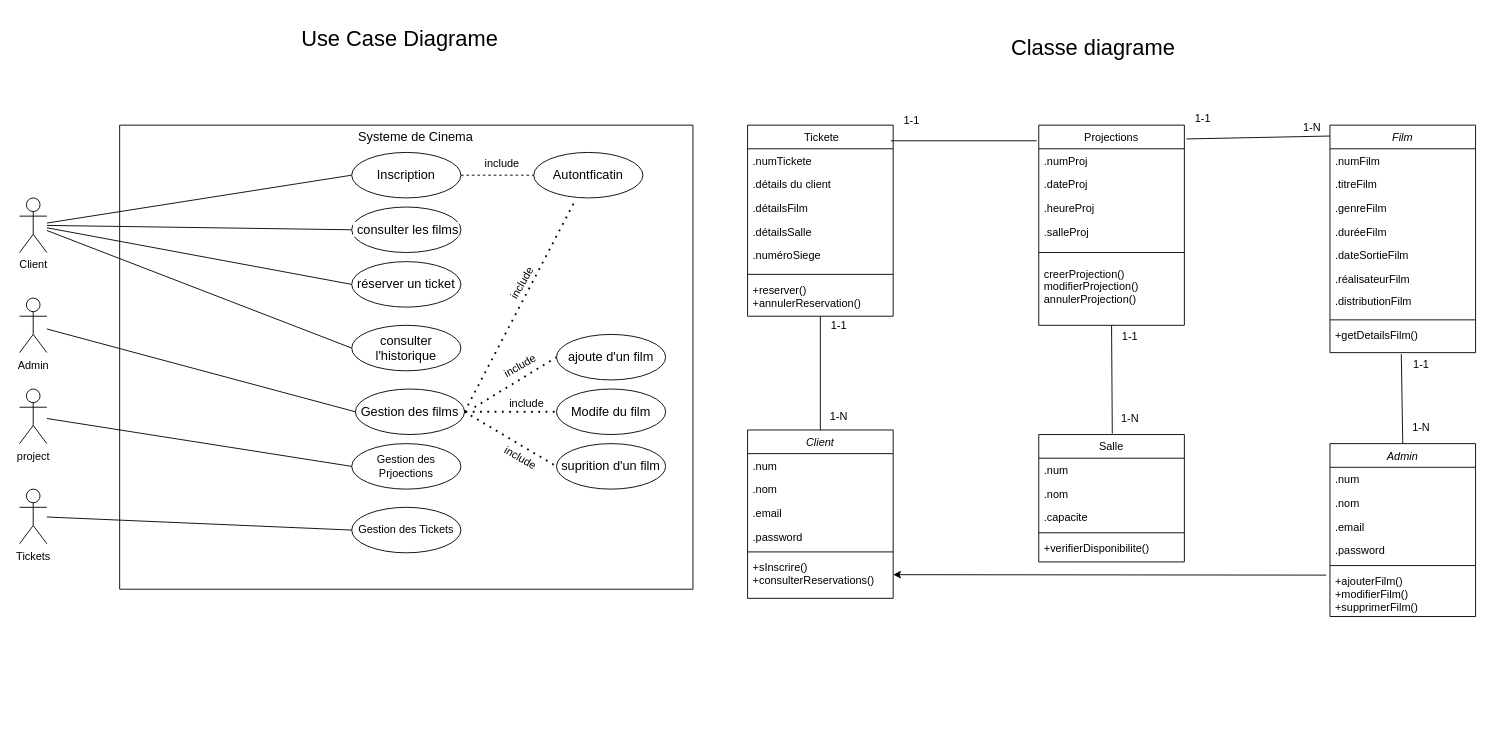
This is Untitled Diagram.drawio from hamza-saaf/Gestion_d-une_Base_de_Donn-es_de_Cin-ma_Brief_9, a draw.io file, before an edit. Source tidied: cells renumbered, new cells numbered last; positions are measured from the earlier drawing's top-left corner, leaving out a move shared by most shapes. Both pictures are drawn from the tidied source at 91%, with x=0, y=0 at pixel (19, 15).
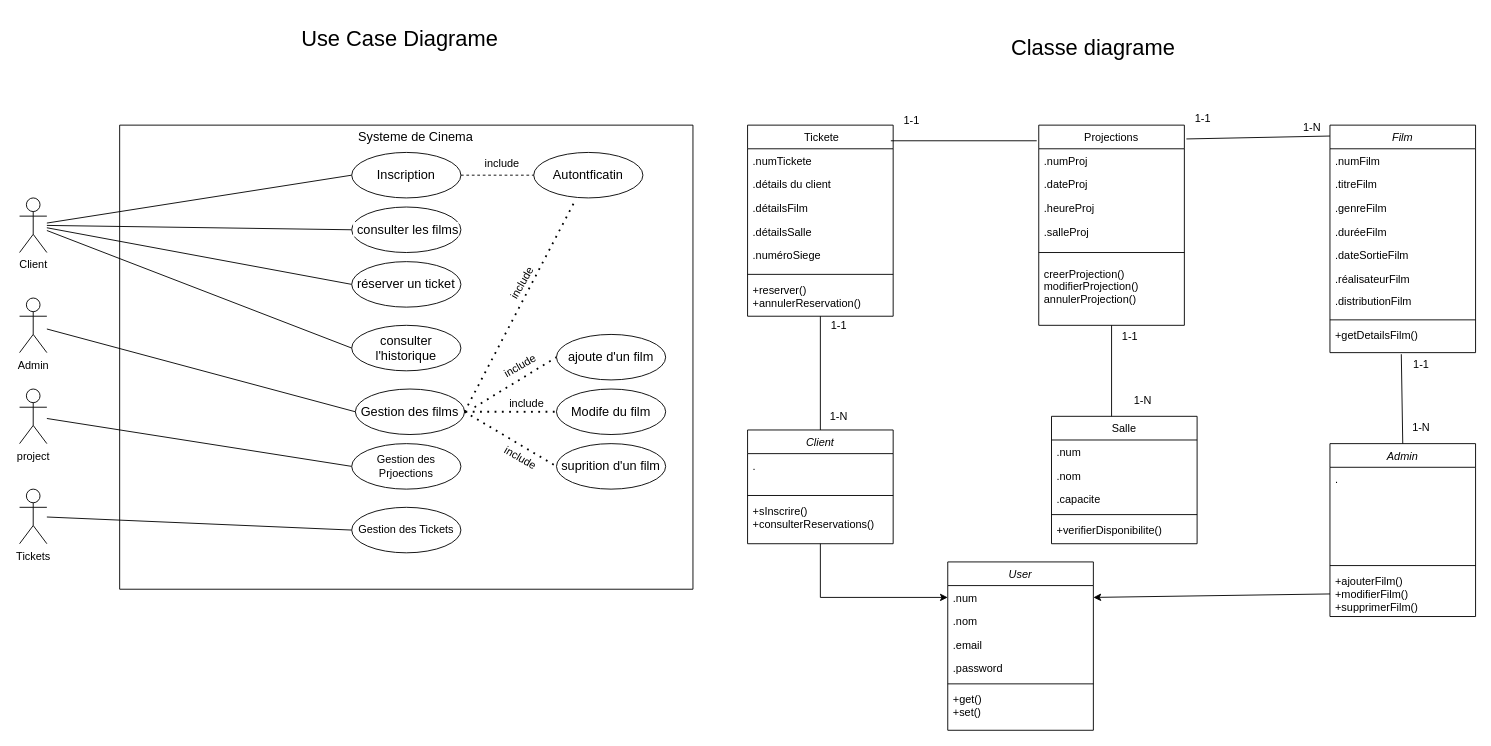
The same diagram, later.

Commit message:
La Conception UML

Unchanged cells that the change refers to:
```xml
<mxCell id="20" value="Projections" style="swimlane;fontStyle=0;align=center;verticalAlign=top;horizontal=1;startSize=26;rounded=0;shadow=0;strokeWidth=1;" parent="1" vertex="1">
  <mxGeometry x="1120" y="120" width="160" height="220" as="geometry" />
</mxCell>
<mxCell id="46" value="Admin" style="swimlane;fontStyle=2;align=center;verticalAlign=top;horizontal=1;startSize=26;rounded=0;shadow=0;strokeWidth=1;" parent="1" vertex="1">
  <mxGeometry x="1440" y="470" width="160" height="190" as="geometry" />
</mxCell>
<mxCell id="52" value="+ajouterFilm()&#10;+modifierFilm()&#10;+supprimerFilm()" style="text;align=left;verticalAlign=top;spacingLeft=4;spacingRight=4;overflow=hidden;points=[[0,0.5],[1,0.5]];portConstraint=eastwest;rounded=0;shadow=0;html=0;" parent="46" vertex="1">
  <mxGeometry y="138" width="160" height="52" as="geometry" />
</mxCell>
```

What changed in the source:
```diff
@@
     <mxCell id="27" value="Salle" style="swimlane;fontStyle=0;align=center;verticalAlign=top;horizontal=1;startSize=26;rounded=0;shadow=0;strokeWidth=1;" parent="1" vertex="1">
-      <mxGeometry x="1120" y="460" width="160" height="140" as="geometry" />
+      <mxGeometry x="1134" y="440" width="160" height="140" as="geometry" />
     </mxCell>
@@
-    <mxCell id="47" value=".num" style="text;align=left;verticalAlign=top;spacingLeft=4;spacingRight=4;overflow=hidden;" parent="46" vertex="1">
-      <mxGeometry y="26" width="160" height="26" as="geometry" />
+    <mxCell id="47" value="." style="text;align=left;verticalAlign=top;spacingLeft=4;spacingRight=4;overflow=hidden;" parent="46" vertex="1">
+      <mxGeometry y="26" width="160" height="104" as="geometry" />
     </mxCell>
-    <mxCell id="48" value=".nom" style="text;align=left;verticalAlign=top;spacingLeft=4;spacingRight=4;overflow=hidden;rounded=0;shadow=0;html=0;" parent="46" vertex="1">
-      <mxGeometry y="52" width="160" height="26" as="geometry" />
-    </mxCell>
-    <mxCell id="49" value=".email" style="text;align=left;verticalAlign=top;spacingLeft=4;spacingRight=4;overflow=hidden;rounded=0;shadow=0;html=0;" parent="46" vertex="1">
-      <mxGeometry y="78" width="160" height="26" as="geometry" />
-    </mxCell>
-    <mxCell id="50" value=".password" style="text;align=left;verticalAlign=top;spacingLeft=4;spacingRight=4;overflow=hidden;rounded=0;shadow=0;html=0;" parent="46" vertex="1">
-      <mxGeometry y="104" width="160" height="26" as="geometry" />
-    </mxCell>
@@
     <mxCell id="53" value="Client" style="swimlane;fontStyle=2;align=center;verticalAlign=top;horizontal=1;startSize=26;rounded=0;shadow=0;strokeWidth=1;" parent="1" vertex="1">
-      <mxGeometry x="800" y="455" width="160" height="185" as="geometry" />
+      <mxGeometry x="800" y="455" width="160" height="125" as="geometry" />
     </mxCell>
-    <mxCell id="54" value=".num" style="text;align=left;verticalAlign=top;spacingLeft=4;spacingRight=4;overflow=hidden;points=[[0,0.5],[1,0.5]];portConstraint=eastwest;" parent="53" vertex="1">
-      <mxGeometry y="26" width="160" height="26" as="geometry" />
-    </mxCell>
-    <mxCell id="55" value=".nom" style="text;align=left;verticalAlign=top;spacingLeft=4;spacingRight=4;overflow=hidden;rounded=0;shadow=0;html=0;" parent="53" vertex="1">
-      <mxGeometry y="52" width="160" height="26" as="geometry" />
-    </mxCell>
-    <mxCell id="56" value=".email" style="text;align=left;verticalAlign=top;spacingLeft=4;spacingRight=4;overflow=hidden;rounded=0;shadow=0;html=0;" parent="53" vertex="1">
-      <mxGeometry y="78" width="160" height="26" as="geometry" />
-    </mxCell>
-    <mxCell id="57" value=".password" style="text;align=left;verticalAlign=top;spacingLeft=4;spacingRight=4;overflow=hidden;rounded=0;shadow=0;html=0;" parent="53" vertex="1">
-      <mxGeometry y="104" width="160" height="26" as="geometry" />
-    </mxCell>
+    <mxCell id="98" value="." style="text;align=left;verticalAlign=top;spacingLeft=4;spacingRight=4;overflow=hidden;rounded=0;shadow=0;html=0;" parent="53" vertex="1">
+      <mxGeometry y="26" width="160" height="42" as="geometry" />
+    </mxCell>
     <mxCell id="58" style="line;html=1;strokeWidth=1;align=left;verticalAlign=middle;spacingTop=-1;spacingLeft=3;spacingRight=3;labelPosition=right;" parent="53" vertex="1">
-      <mxGeometry y="130" width="160" height="8" as="geometry" />
+      <mxGeometry y="68" width="160" height="8" as="geometry" />
     </mxCell>
     <mxCell id="59" value="+sInscrire()&#10;+consulterReservations()" style="text;align=left;verticalAlign=top;spacingLeft=4;spacingRight=4;overflow=hidden;points=[[0,0.5],[1,0.5]];portConstraint=eastwest;rounded=0;shadow=0;html=0;" parent="53" vertex="1">
-      <mxGeometry y="138" width="160" height="42" as="geometry" />
+      <mxGeometry y="76" width="160" height="42" as="geometry" />
     </mxCell>
@@
-    <mxCell id="89" style="endArrow=none;html=1;rounded=0;entryX=0.5;entryY=1;entryDx=0;entryDy=0;exitX=0.63;exitY=1.226;exitDx=0;exitDy=0;exitPerimeter=0;" parent="1" edge="1" target="20">
+    <mxCell id="89" style="endArrow=none;html=1;rounded=0;entryX=0.5;entryY=1;entryDx=0;entryDy=0;" parent="1" edge="1" target="20">
       <mxGeometry relative="1" as="geometry">
-        <mxPoint x="1200.8" y="458.9" as="sourcePoint" />
+        <mxPoint x="1200" y="440" as="sourcePoint" />
       </mxGeometry>
     </mxCell>
@@
     <mxCell id="93" value="1-N" style="text;html=1;align=center;verticalAlign=middle;strokeColor=none;fillColor=none;" parent="1" vertex="1">
-      <mxGeometry x="1200" y="428" width="40" height="30" as="geometry" />
+      <mxGeometry x="1214" y="408" width="40" height="30" as="geometry" />
     </mxCell>
@@
-    <mxCell id="97" style="endArrow=classic;html=1;rounded=0;entryX=1;entryY=0.5;entryDx=0;entryDy=0;exitX=-0.026;exitY=0.125;exitDx=0;exitDy=0;exitPerimeter=0;" parent="1" edge="1" source="52" target="59">
+    <mxCell id="97" style="endArrow=classic;html=1;rounded=0;entryX=1;entryY=0.5;entryDx=0;entryDy=0;" parent="1" edge="1" source="52" target="54">
       <mxGeometry relative="1" as="geometry" />
     </mxCell>
+    <mxCell id="99" value="User" style="swimlane;fontStyle=2;align=center;verticalAlign=top;horizontal=1;startSize=26;rounded=0;shadow=0;strokeWidth=1;" parent="1" vertex="1">
+      <mxGeometry x="1020" y="600" width="160" height="185" as="geometry" />
+    </mxCell>
+    <mxCell id="54" value=".num" style="text;align=left;verticalAlign=top;spacingLeft=4;spacingRight=4;overflow=hidden;points=[[0,0.5],[1,0.5]];portConstraint=eastwest;" parent="99" vertex="1">
+      <mxGeometry y="26" width="160" height="26" as="geometry" />
+    </mxCell>
+    <mxCell id="100" value=".nom" style="text;align=left;verticalAlign=top;spacingLeft=4;spacingRight=4;overflow=hidden;rounded=0;shadow=0;html=0;" parent="99" vertex="1">
+      <mxGeometry y="52" width="160" height="26" as="geometry" />
+    </mxCell>
+    <mxCell id="101" value=".email" style="text;align=left;verticalAlign=top;spacingLeft=4;spacingRight=4;overflow=hidden;rounded=0;shadow=0;html=0;" parent="99" vertex="1">
+      <mxGeometry y="78" width="160" height="26" as="geometry" />
+    </mxCell>
+    <mxCell id="102" value=".password" style="text;align=left;verticalAlign=top;spacingLeft=4;spacingRight=4;overflow=hidden;rounded=0;shadow=0;html=0;" parent="99" vertex="1">
+      <mxGeometry y="104" width="160" height="26" as="geometry" />
+    </mxCell>
+    <mxCell id="103" style="line;html=1;strokeWidth=1;align=left;verticalAlign=middle;spacingTop=-1;spacingLeft=3;spacingRight=3;labelPosition=right;" parent="99" vertex="1">
+      <mxGeometry y="130" width="160" height="8" as="geometry" />
+    </mxCell>
+    <mxCell id="104" value="+get()&#10;+set()" style="text;align=left;verticalAlign=top;spacingLeft=4;spacingRight=4;overflow=hidden;rounded=0;shadow=0;html=0;" parent="99" vertex="1">
+      <mxGeometry y="138" width="160" height="42" as="geometry" />
+    </mxCell>
+    <mxCell id="105" style="endArrow=classic;html=1;rounded=0;exitX=0.5;exitY=1;exitDx=0;exitDy=0;entryX=0;entryY=0.5;entryDx=0;entryDy=0;" parent="1" edge="1" source="53" target="54">
+      <mxGeometry relative="1" as="geometry">
+        <Array as="points">
+          <mxPoint x="880" y="639" />
+        </Array>
+      </mxGeometry>
+    </mxCell>
```
